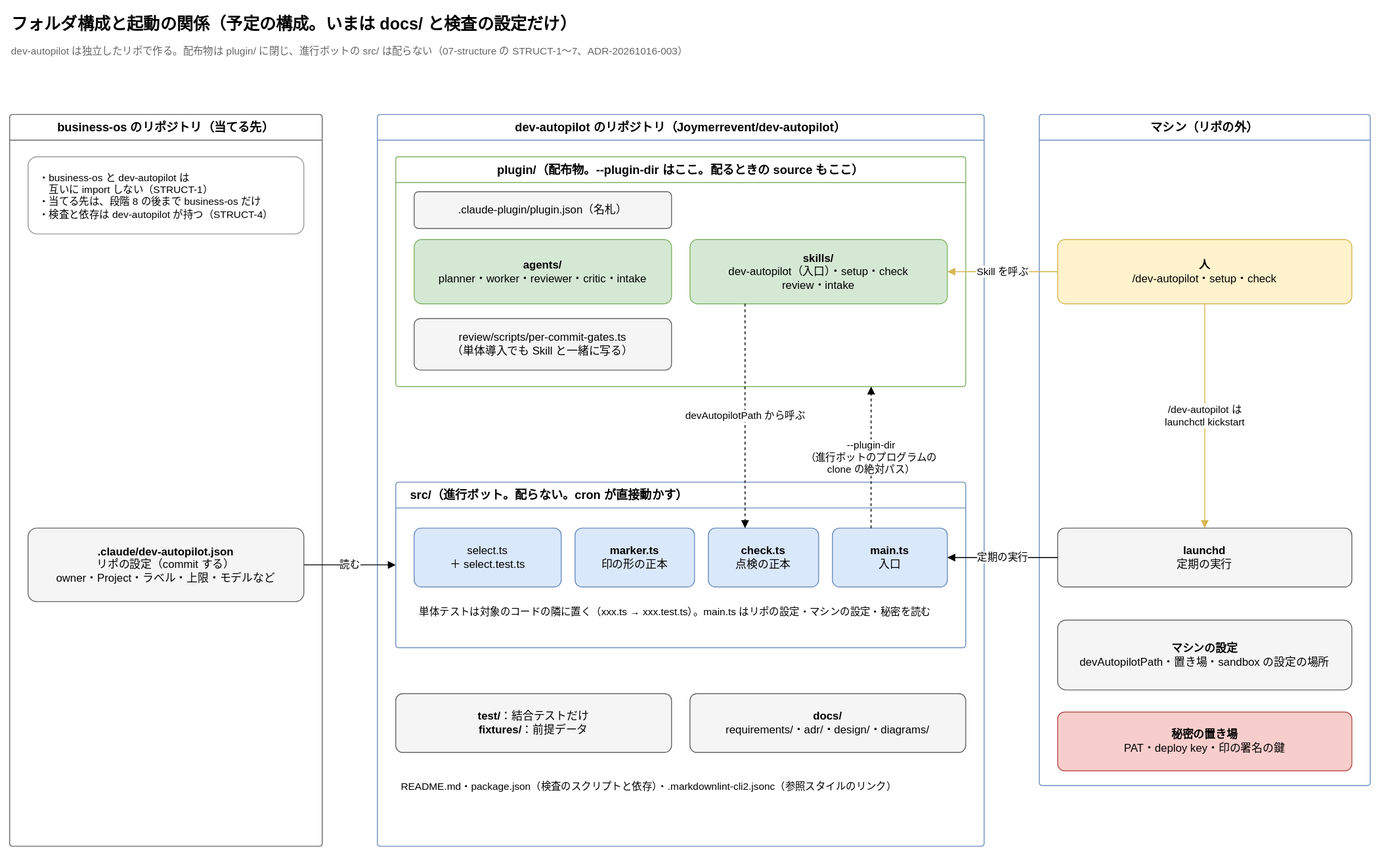
The draw.io diagram docs/diagrams/structure.drawio.svg in Joymerrevent/dev-autopilot, before a commit. Source tidied: cells renumbered, new cells last; positions are measured from the earlier drawing's top-left corner, leaving out a move shared by most shapes.
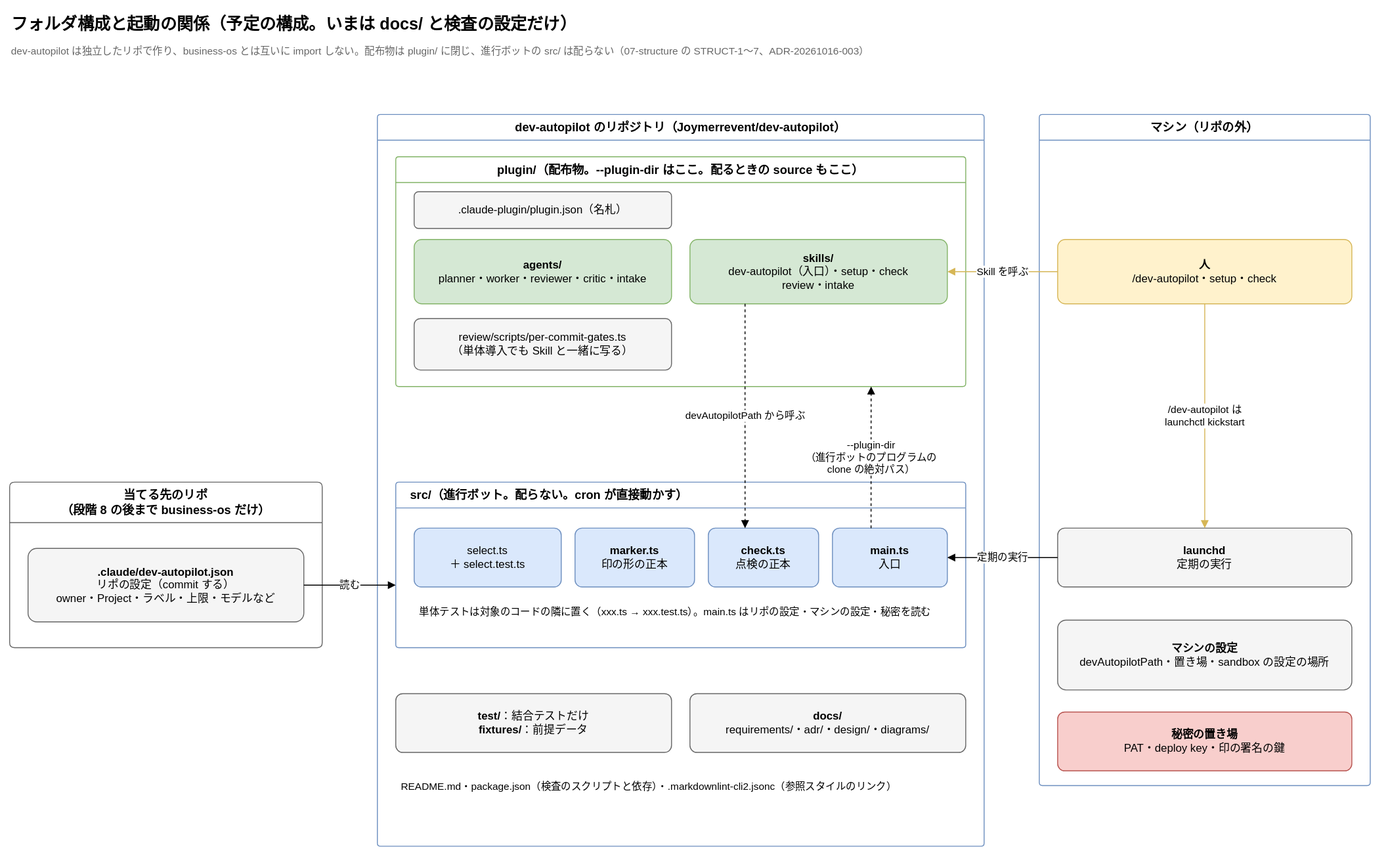
The same file after the commit.

Commit message:
docs: 構成の図の business-os の枠を、当てる先のリポの設定だけを入れる小さな枠にする

別のリポへ移した後も、business-os の枠が dev-autopilot のリポと同じ高さで残り、構成の柱の 1 つに見えていた。
枠を「当てる先のリポ（段階 8 の後まで business-os だけ）」にし、src/ の枠と同じ高さにそろえる。
注記の箱は消し、STRUCT-1 の一言は上の説明文に移す（STRUCT-4 は package.json の行で描けている）。
書き出しの後に、README の手順（light-dark と代替の PNG の置き換え）を当てた。

The edit, as a diff of the source:
```diff
@@ -5,18 +5,15 @@
     <mxCell id="2" value="フォルダ構成と起動の関係（予定の構成。いまは docs/ と検査の設定だけ）" style="text;html=1;whiteSpace=wrap;align=left;verticalAlign=middle;fontSize=18;fontStyle=1;" parent="1" vertex="1">
       <mxGeometry width="1000" height="32" as="geometry" />
     </mxCell>
-    <mxCell id="3" value="dev-autopilot は独立したリポで作る。配布物は plugin/ に閉じ、進行ボットの src/ は配らない（07-structure の STRUCT-1〜7、ADR-20261016-003）" style="text;html=1;whiteSpace=wrap;align=left;verticalAlign=top;fontSize=11;fontColor=#666666;" parent="1" vertex="1">
+    <mxCell id="3" value="dev-autopilot は独立したリポで作り、business-os とは互いに import しない。配布物は plugin/ に閉じ、進行ボットの src/ は配らない（07-structure の STRUCT-1〜7、ADR-20261016-003）" style="text;html=1;whiteSpace=wrap;align=left;verticalAlign=top;fontSize=11;fontColor=#666666;" parent="1" vertex="1">
       <mxGeometry y="32" width="1480" height="22" as="geometry" />
     </mxCell>
-    <mxCell id="4" value="business-os のリポジトリ（当てる先）" style="swimlane;startSize=28;html=1;whiteSpace=wrap;rounded=1;arcSize=4;fontStyle=1;fontSize=13;strokeColor=#666666;fillColor=none;swimlaneFillColor=none;" parent="1" vertex="1">
-      <mxGeometry y="114" width="340" height="796" as="geometry" />
+    <mxCell id="4" value="当てる先のリポ&lt;br&gt;（段階 8 の後まで business-os だけ）" style="swimlane;startSize=44;html=1;whiteSpace=wrap;rounded=1;arcSize=4;fontStyle=1;fontSize=13;strokeColor=#666666;fillColor=none;swimlaneFillColor=none;" parent="1" vertex="1">
+      <mxGeometry y="514" width="340" height="180" as="geometry" />
     </mxCell>
     <mxCell id="5" value="&lt;b&gt;.claude/dev-autopilot.json&lt;/b&gt;&lt;br&gt;リポの設定（commit する）&lt;br&gt;owner・Project・ラベル・上限・モデルなど" style="rounded=1;whiteSpace=wrap;html=1;fontSize=12;arcSize=12;fillColor=#f5f5f5;strokeColor=#666666;spacing=12;" parent="4" vertex="1">
-      <mxGeometry x="20" y="450" width="300" height="80" as="geometry" />
+      <mxGeometry x="20" y="72" width="300" height="80" as="geometry" />
     </mxCell>
-    <mxCell id="6" value="・business-os と dev-autopilot は&lt;br&gt;　互いに import しない（STRUCT-1）&lt;br&gt;・当てる先は、段階 8 の後まで business-os だけ&lt;br&gt;・検査と依存は dev-autopilot が持つ（STRUCT-4）" style="rounded=1;whiteSpace=wrap;html=1;fontSize=12;arcSize=12;align=left;verticalAlign=top;fontSize=11;fillColor=#ffffff;strokeColor=#999999;spacing=12;" parent="4" vertex="1">
-      <mxGeometry x="20" y="46" width="300" height="84" as="geometry" />
-    </mxCell>
     <mxCell id="7" value="dev-autopilot のリポジトリ（Joymerrevent/dev-autopilot）" style="swimlane;startSize=28;html=1;whiteSpace=wrap;rounded=1;arcSize=4;fontStyle=1;fontSize=13;strokeColor=#6c8ebf;fillColor=none;swimlaneFillColor=none;" parent="1" vertex="1">
       <mxGeometry x="400" y="114" width="660" height="796" as="geometry" />
     </mxCell>
@@ -92,7 +89,7 @@
     <mxCell id="31" value="devAutopilotPath から呼ぶ" style="edgeStyle=orthogonalEdgeStyle;rounded=1;html=1;endArrow=block;endFill=1;fontSize=11;labelBackgroundColor=#ffffff;dashed=1;exitX=0.214;exitY=1;exitDx=0;exitDy=0;entryX=0.333;entryY=0;entryDx=0;entryDy=0;" parent="1" edge="1" source="11" target="16">
       <mxGeometry relative="1" as="geometry" />
     </mxCell>
-    <mxCell id="32" value="読む" style="edgeStyle=orthogonalEdgeStyle;rounded=1;html=1;endArrow=block;endFill=1;fontSize=11;labelBackgroundColor=#ffffff;exitX=1;exitY=0.5;exitDx=0;exitDy=0;entryX=0;entryY=0.5;entryDx=0;entryDy=0;" parent="1" edge="1" source="5" target="13">
+    <mxCell id="32" value="読む" style="edgeStyle=orthogonalEdgeStyle;rounded=1;html=1;endArrow=block;endFill=1;fontSize=11;labelBackgroundColor=#ffffff;exitX=1;exitY=0.5;exitDx=0;exitDy=0;entryX=0;entryY=0.5;entryDx=0;entryDy=22;" parent="1" edge="1" source="5" target="13">
       <mxGeometry relative="1" as="geometry" />
     </mxCell>
   </root>
```
